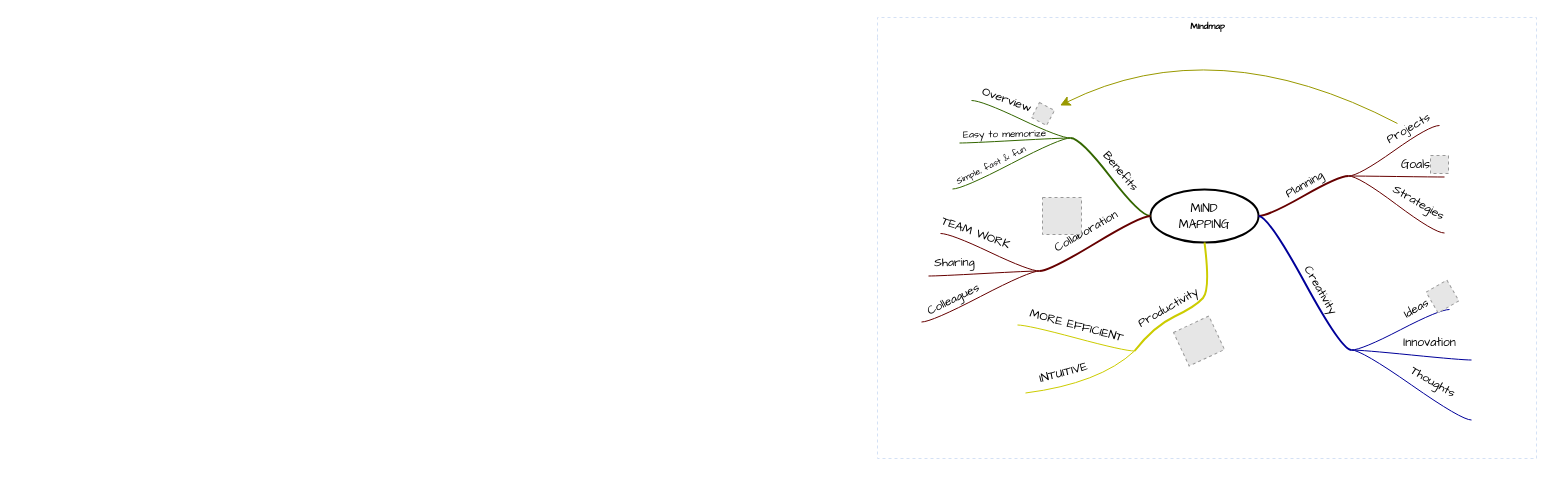
The draw.io diagram TPM.drawio in kongzhongfeima/draw_io, before the edit. Source tidied: cells renumbered, new cells numbered last; positions are measured from the earlier drawing's top-left corner, leaving out a move shared by most shapes. Both pictures are drawn from the tidied source at 100%, with x=0, y=0 at pixel (877, 17). Pictures stored in the file or linked from it are replaced by grey dashed boxes.
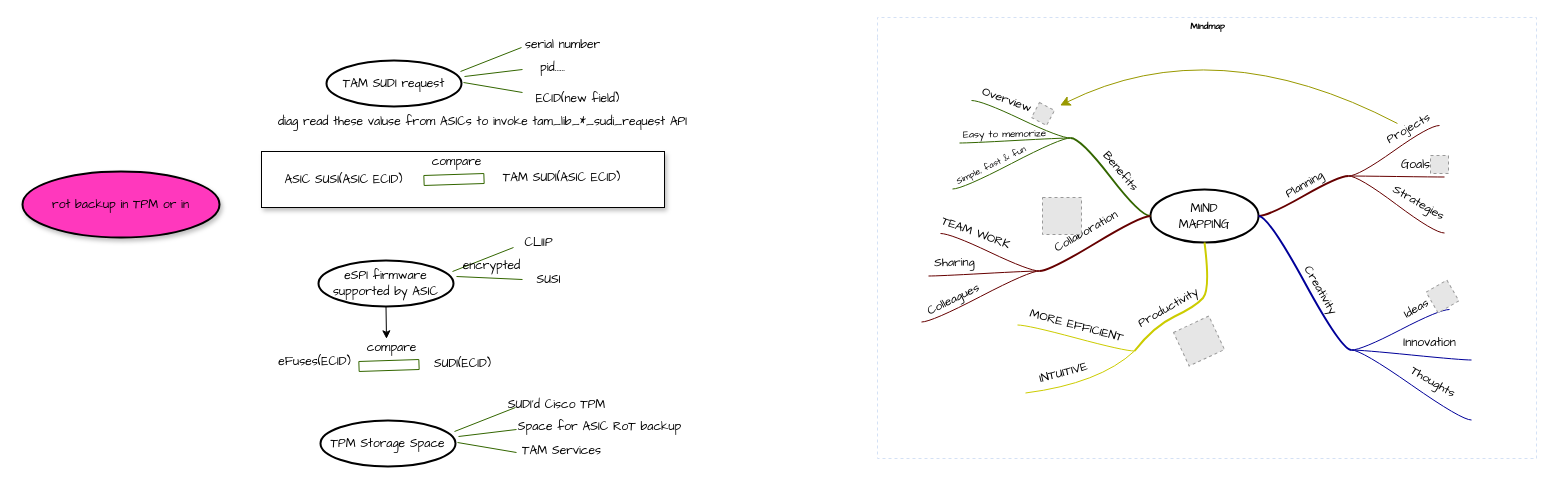
The same diagram, later.

The change refers to these unchanged cells:
```xml
<mxCell id="2" value="Mindmap" style="swimlane;html=1;startSize=20;horizontal=1;containerType=tree;labelBackgroundColor=none;strokeColor=#D4E1F5;strokeWidth=1;fillColor=none;fontFamily=Comic Sans MS;fontSize=9;swimlaneLine=0;dashed=1;" parent="1" vertex="1">
  <mxGeometry width="659" height="441" as="geometry" />
</mxCell>
```

The edit, as a diff of the source:
```diff
@@
+    <mxCell id="72" style="whiteSpace=wrap;html=1;shadow=1;" parent="1" vertex="1">
+      <mxGeometry x="-616" y="134" width="403" height="56" as="geometry" />
+    </mxCell>
@@
-    <mxCell id="56" style="whiteSpace=wrap;html=1;rounded=1;arcSize=50;align=center;verticalAlign=middle;strokeWidth=1;spacing=4;" parent="2" vertex="1" collapsed="1">
+    <mxCell id="56" style="whiteSpace=wrap;html=1;rounded=1;arcSize=50;align=center;verticalAlign=middle;strokeWidth=1;spacing=4;" parent="2" vertex="1">
       <mxGeometry x="58" y="216" width="5" as="geometry" />
     </mxCell>
@@
+    <mxCell id="73" value="&lt;font face=&quot;Comic Sans MS&quot;&gt;TAM SUDI request&lt;/font&gt;" style="ellipse;whiteSpace=wrap;html=1;align=center;strokeWidth=2;" parent="1" vertex="1">
+      <mxGeometry x="-551" y="43" width="135" height="46" as="geometry" />
+    </mxCell>
+    <mxCell id="74" style="startArrow=none;endArrow=none;segment=10;strokeColor=#336600;rounded=0;fontSize=12;startSize=8;endSize=8;" parent="1" edge="1">
+      <mxGeometry relative="1" as="geometry">
+        <mxPoint x="-356" y="30" as="sourcePoint" />
+        <mxPoint x="-417" y="54" as="targetPoint" />
+      </mxGeometry>
+    </mxCell>
+    <mxCell id="75" value="serial number" style="text;html=1;align=center;verticalAlign=middle;labelBackgroundColor=none;fontFamily=Comic Sans MS;rotation=0;" parent="74" vertex="1">
+      <mxGeometry x="0.26" relative="1" as="geometry">
+        <mxPoint x="79" y="-18" as="offset" />
+      </mxGeometry>
+    </mxCell>
+    <mxCell id="76" style="startArrow=none;endArrow=none;segment=10;strokeColor=#336600;rounded=0;fontSize=12;startSize=8;endSize=8;" parent="1" edge="1">
+      <mxGeometry relative="1" as="geometry">
+        <mxPoint x="-355" y="52" as="sourcePoint" />
+        <mxPoint x="-413" y="59" as="targetPoint" />
+      </mxGeometry>
+    </mxCell>
+    <mxCell id="77" value="pid......" style="text;html=1;align=center;verticalAlign=middle;labelBackgroundColor=none;fontFamily=Comic Sans MS;rotation=0;" parent="76" vertex="1">
+      <mxGeometry x="0.26" relative="1" as="geometry">
+        <mxPoint x="66" y="-6" as="offset" />
+      </mxGeometry>
+    </mxCell>
+    <mxCell id="78" style="startArrow=none;endArrow=none;segment=10;strokeColor=#336600;rounded=0;fontSize=12;startSize=8;endSize=8;" parent="1" edge="1">
+      <mxGeometry relative="1" as="geometry">
+        <mxPoint x="-355" y="75" as="sourcePoint" />
+        <mxPoint x="-414" y="65" as="targetPoint" />
+      </mxGeometry>
+    </mxCell>
+    <mxCell id="79" value="diag read these valuse from ASICs to invoke tam_lib_*_sudi_request API" style="text;html=1;align=center;verticalAlign=middle;labelBackgroundColor=none;fontFamily=Comic Sans MS;rotation=0;" parent="78" vertex="1">
+      <mxGeometry x="0.26" relative="1" as="geometry">
+        <mxPoint x="-3" y="36" as="offset" />
+      </mxGeometry>
+    </mxCell>
+    <mxCell id="80" value="ECID(new field)" style="text;html=1;align=center;verticalAlign=middle;labelBackgroundColor=none;fontFamily=Comic Sans MS;rotation=0;" parent="1" vertex="1">
+      <mxGeometry x="-300.5" y="81.6" as="geometry" />
+    </mxCell>
+    <mxCell id="81" style="startArrow=none;endArrow=none;segment=10;strokeColor=#336600;rounded=0;fontSize=12;shape=flexArrow;" parent="1" edge="1">
+      <mxGeometry relative="1" as="geometry">
+        <mxPoint x="-393" y="161" as="sourcePoint" />
+        <mxPoint x="-454" y="163" as="targetPoint" />
+      </mxGeometry>
+    </mxCell>
+    <mxCell id="82" value="TAM SUDI(ASIC ECID)" style="text;html=1;align=center;verticalAlign=middle;labelBackgroundColor=none;fontFamily=Comic Sans MS;rotation=0;" parent="81" vertex="1">
+      <mxGeometry x="0.26" relative="1" as="geometry">
+        <mxPoint x="114" y="-2" as="offset" />
+      </mxGeometry>
+    </mxCell>
+    <mxCell id="83" value="ASIC SUSI(ASIC ECID)" style="text;html=1;align=center;verticalAlign=middle;labelBackgroundColor=none;fontFamily=Comic Sans MS;rotation=0;" parent="81" vertex="1">
+      <mxGeometry x="0.26" relative="1" as="geometry">
+        <mxPoint x="-104" as="offset" />
+      </mxGeometry>
+    </mxCell>
+    <mxCell id="84" value="compare" style="text;html=1;align=center;verticalAlign=middle;labelBackgroundColor=none;fontFamily=Comic Sans MS;rotation=0;" parent="1" vertex="1">
+      <mxGeometry x="-327" y="167" as="geometry">
+        <mxPoint x="-95" y="-23" as="offset" />
+      </mxGeometry>
+    </mxCell>
+    <mxCell id="85" style="edgeStyle=orthogonalEdgeStyle;rounded=0;jettySize=auto;html=1;exitX=0.5;exitY=1;exitDx=0;exitDy=0;" parent="1" edge="1" source="86">
+      <mxGeometry relative="1" as="geometry">
+        <mxPoint x="-491" y="321.3" as="targetPoint" />
+      </mxGeometry>
+    </mxCell>
+    <mxCell id="86" value="&lt;font face=&quot;Comic Sans MS&quot;&gt;eSPI firmware supported by ASIC&lt;/font&gt;" style="ellipse;whiteSpace=wrap;html=1;align=center;strokeWidth=2;" parent="1" vertex="1">
+      <mxGeometry x="-559" y="243" width="135" height="46" as="geometry" />
+    </mxCell>
+    <mxCell id="87" style="startArrow=none;endArrow=none;segment=10;strokeColor=#336600;rounded=0;fontSize=12;startSize=8;endSize=8;" parent="1" edge="1">
+      <mxGeometry relative="1" as="geometry">
+        <mxPoint x="-364" y="230" as="sourcePoint" />
+        <mxPoint x="-425" y="254" as="targetPoint" />
+      </mxGeometry>
+    </mxCell>
+    <mxCell id="88" value="CLIIP" style="text;html=1;align=center;verticalAlign=middle;labelBackgroundColor=none;fontFamily=Comic Sans MS;rotation=0;" parent="87" vertex="1">
+      <mxGeometry x="0.26" relative="1" as="geometry">
+        <mxPoint x="63" y="-20" as="offset" />
+      </mxGeometry>
+    </mxCell>
+    <mxCell id="89" style="startArrow=none;endArrow=none;segment=10;strokeColor=#336600;rounded=0;fontSize=12;startSize=8;endSize=8;" parent="1" edge="1">
+      <mxGeometry relative="1" as="geometry">
+        <mxPoint x="-355" y="262" as="sourcePoint" />
+        <mxPoint x="-421" y="259" as="targetPoint" />
+      </mxGeometry>
+    </mxCell>
+    <mxCell id="90" value="SUSI" style="text;html=1;align=center;verticalAlign=middle;labelBackgroundColor=none;fontFamily=Comic Sans MS;rotation=0;" parent="89" vertex="1">
+      <mxGeometry x="0.26" relative="1" as="geometry">
+        <mxPoint x="67" y="2" as="offset" />
+      </mxGeometry>
+    </mxCell>
+    <mxCell id="91" value="encrypted" style="text;html=1;align=center;verticalAlign=middle;labelBackgroundColor=none;fontFamily=Comic Sans MS;rotation=0;" parent="1" vertex="1">
+      <mxGeometry x="-349" y="243" as="geometry">
+        <mxPoint x="-38" y="5" as="offset" />
+      </mxGeometry>
+    </mxCell>
+    <mxCell id="92" style="startArrow=none;endArrow=none;segment=10;strokeColor=#336600;rounded=0;fontSize=12;shape=flexArrow;" parent="1" edge="1">
+      <mxGeometry relative="1" as="geometry">
+        <mxPoint x="-458" y="347" as="sourcePoint" />
+        <mxPoint x="-519" y="349" as="targetPoint" />
+      </mxGeometry>
+    </mxCell>
+    <mxCell id="93" value="SUDI(ECID)" style="text;html=1;align=center;verticalAlign=middle;labelBackgroundColor=none;fontFamily=Comic Sans MS;rotation=0;" parent="92" vertex="1">
+      <mxGeometry x="0.26" relative="1" as="geometry">
+        <mxPoint x="80" y="-2" as="offset" />
+      </mxGeometry>
+    </mxCell>
+    <mxCell id="94" value="eFuses(ECID)" style="text;html=1;align=center;verticalAlign=middle;labelBackgroundColor=none;fontFamily=Comic Sans MS;rotation=0;" parent="92" vertex="1">
+      <mxGeometry x="0.26" relative="1" as="geometry">
+        <mxPoint x="-68" y="-4" as="offset" />
+      </mxGeometry>
+    </mxCell>
+    <mxCell id="95" value="compare" style="text;html=1;align=center;verticalAlign=middle;labelBackgroundColor=none;fontFamily=Comic Sans MS;rotation=0;" parent="1" vertex="1">
+      <mxGeometry x="-392" y="353" as="geometry">
+        <mxPoint x="-95" y="-23" as="offset" />
+      </mxGeometry>
+    </mxCell>
+    <mxCell id="96" value="&lt;font face=&quot;Comic Sans MS&quot;&gt;TPM Storage Space&lt;/font&gt;" style="ellipse;whiteSpace=wrap;html=1;align=center;strokeWidth=2;" parent="1" vertex="1">
+      <mxGeometry x="-557" y="403" width="135" height="46" as="geometry" />
+    </mxCell>
+    <mxCell id="97" style="startArrow=none;endArrow=none;segment=10;strokeColor=#336600;rounded=0;fontSize=12;startSize=8;endSize=8;" parent="1" edge="1">
+      <mxGeometry relative="1" as="geometry">
+        <mxPoint x="-362" y="390" as="sourcePoint" />
+        <mxPoint x="-423" y="414" as="targetPoint" />
+      </mxGeometry>
+    </mxCell>
+    <mxCell id="98" value="SUDI'd Cisco TPM" style="text;html=1;align=center;verticalAlign=middle;labelBackgroundColor=none;fontFamily=Comic Sans MS;rotation=0;" parent="97" vertex="1">
+      <mxGeometry x="0.26" relative="1" as="geometry">
+        <mxPoint x="79" y="-18" as="offset" />
+      </mxGeometry>
+    </mxCell>
+    <mxCell id="99" style="startArrow=none;endArrow=none;segment=10;strokeColor=#336600;rounded=0;fontSize=12;startSize=8;endSize=8;" parent="1" edge="1">
+      <mxGeometry relative="1" as="geometry">
+        <mxPoint x="-361" y="412" as="sourcePoint" />
+        <mxPoint x="-419" y="419" as="targetPoint" />
+      </mxGeometry>
+    </mxCell>
+    <mxCell id="100" value="Space for ASIC RoT backup" style="text;html=1;align=center;verticalAlign=middle;labelBackgroundColor=none;fontFamily=Comic Sans MS;rotation=0;" parent="99" vertex="1">
+      <mxGeometry x="0.26" relative="1" as="geometry">
+        <mxPoint x="119" y="-7" as="offset" />
+      </mxGeometry>
+    </mxCell>
+    <mxCell id="101" style="startArrow=none;endArrow=none;segment=10;strokeColor=#336600;rounded=0;fontSize=12;startSize=8;endSize=8;" parent="1" edge="1">
+      <mxGeometry relative="1" as="geometry">
+        <mxPoint x="-361" y="435" as="sourcePoint" />
+        <mxPoint x="-420" y="425" as="targetPoint" />
+      </mxGeometry>
+    </mxCell>
+    <mxCell id="102" value="TAM Services" style="text;html=1;align=center;verticalAlign=middle;labelBackgroundColor=none;fontFamily=Comic Sans MS;rotation=0;" parent="1" vertex="1">
+      <mxGeometry x="-316.5" y="433.6" as="geometry" />
+    </mxCell>
+    <mxCell id="103" value="&lt;font face=&quot;Comic Sans MS&quot;&gt;rot backup in TPM or in&lt;/font&gt;" style="ellipse;whiteSpace=wrap;html=1;align=center;strokeWidth=2;shadow=1;fillColor=#FF38BD;" parent="1" vertex="1">
+      <mxGeometry x="-855" y="154" width="197" height="66" as="geometry" />
+    </mxCell>
```
